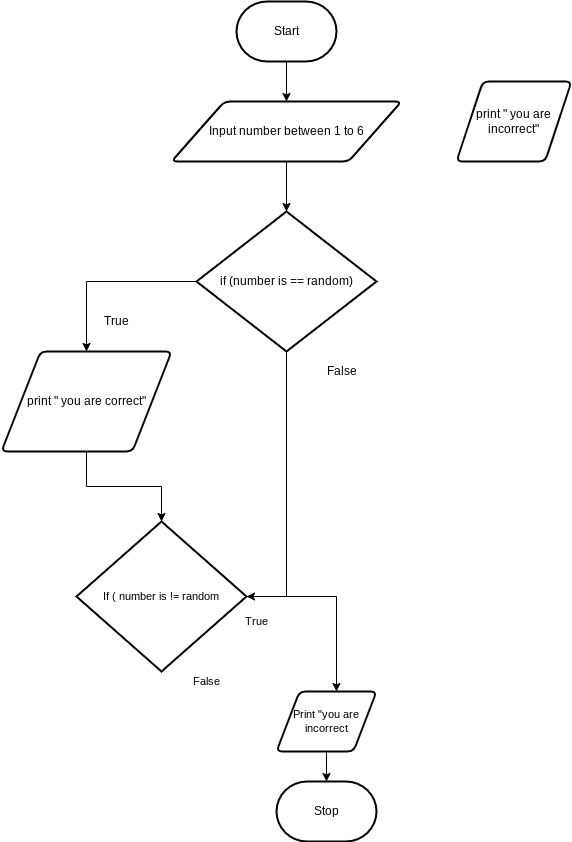
The draw.io diagram design/flow-chart.png in Lucas-Tyman/ICS2O-Unit5-01-HTML, before a commit. Source tidied: cells renumbered, new cells last; positions are measured from the earlier drawing's top-left corner, leaving out a move shared by most shapes.
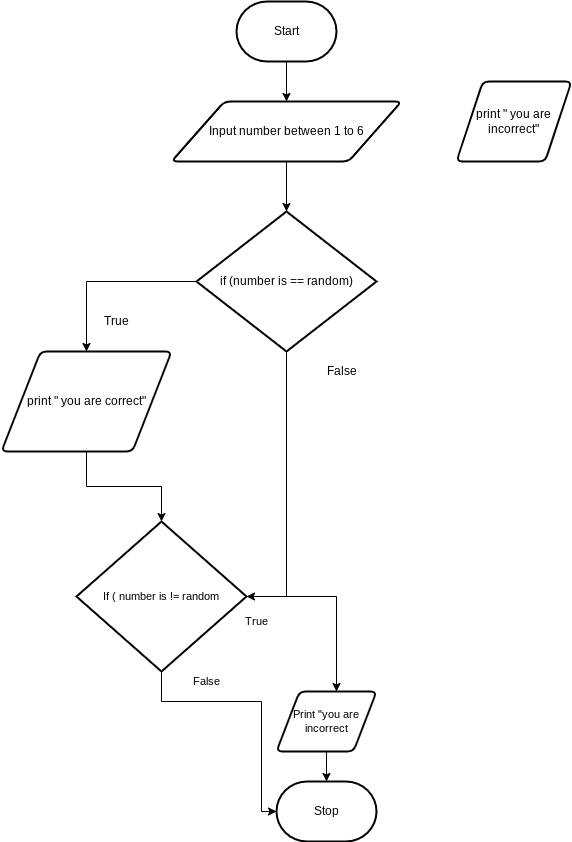
The same diagram one commit later.

The edit, as a diff of the source:
```diff
@@ -44,6 +44,15 @@
     <mxCell id="15" style="edgeStyle=orthogonalEdgeStyle;shape=connector;rounded=0;html=1;entryX=0.6;entryY=0;entryDx=0;entryDy=0;entryPerimeter=0;labelBackgroundColor=default;fontFamily=Helvetica;fontSize=11;fontColor=default;endArrow=classic;strokeColor=default;" parent="1" edge="1" source="16" target="18">
       <mxGeometry relative="1" as="geometry" />
     </mxCell>
+    <mxCell id="21" style="edgeStyle=orthogonalEdgeStyle;html=1;entryX=0;entryY=0.5;entryDx=0;entryDy=0;entryPerimeter=0;rounded=0;" parent="1" edge="1" source="16" target="7">
+      <mxGeometry relative="1" as="geometry">
+        <Array as="points">
+          <mxPoint x="160" y="700" />
+          <mxPoint x="260" y="700" />
+          <mxPoint x="260" y="810" />
+        </Array>
+      </mxGeometry>
+    </mxCell>
     <mxCell id="16" value="If ( number is != random" style="strokeWidth=2;html=1;shape=mxgraph.flowchart.decision;whiteSpace=wrap;fontFamily=Helvetica;fontSize=11;fontColor=default;" parent="1" vertex="1">
       <mxGeometry x="75" y="520" width="170" height="150" as="geometry" />
     </mxCell>
```
